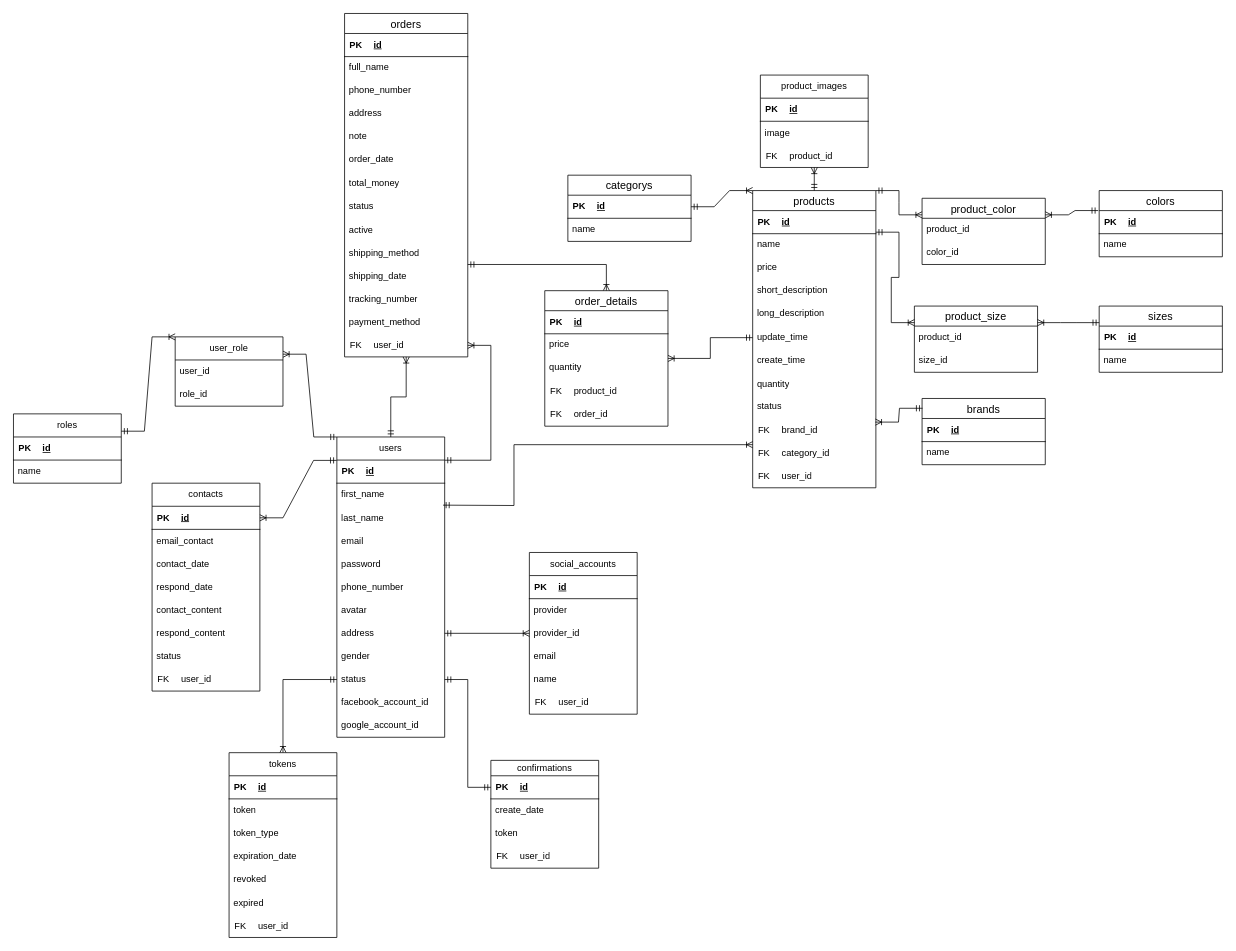
The draw.io diagram shop-online/Biểu đồ không có tiêu đề.drawio in Dangnhhe161726/shop-online, before the edit. Source tidied: cells renumbered, new cells numbered last; positions are measured from the earlier drawing's top-left corner, leaving out a move shared by most shapes. Both pictures are drawn from the tidied source at 77%, with x=0, y=0 at pixel (13, -183).
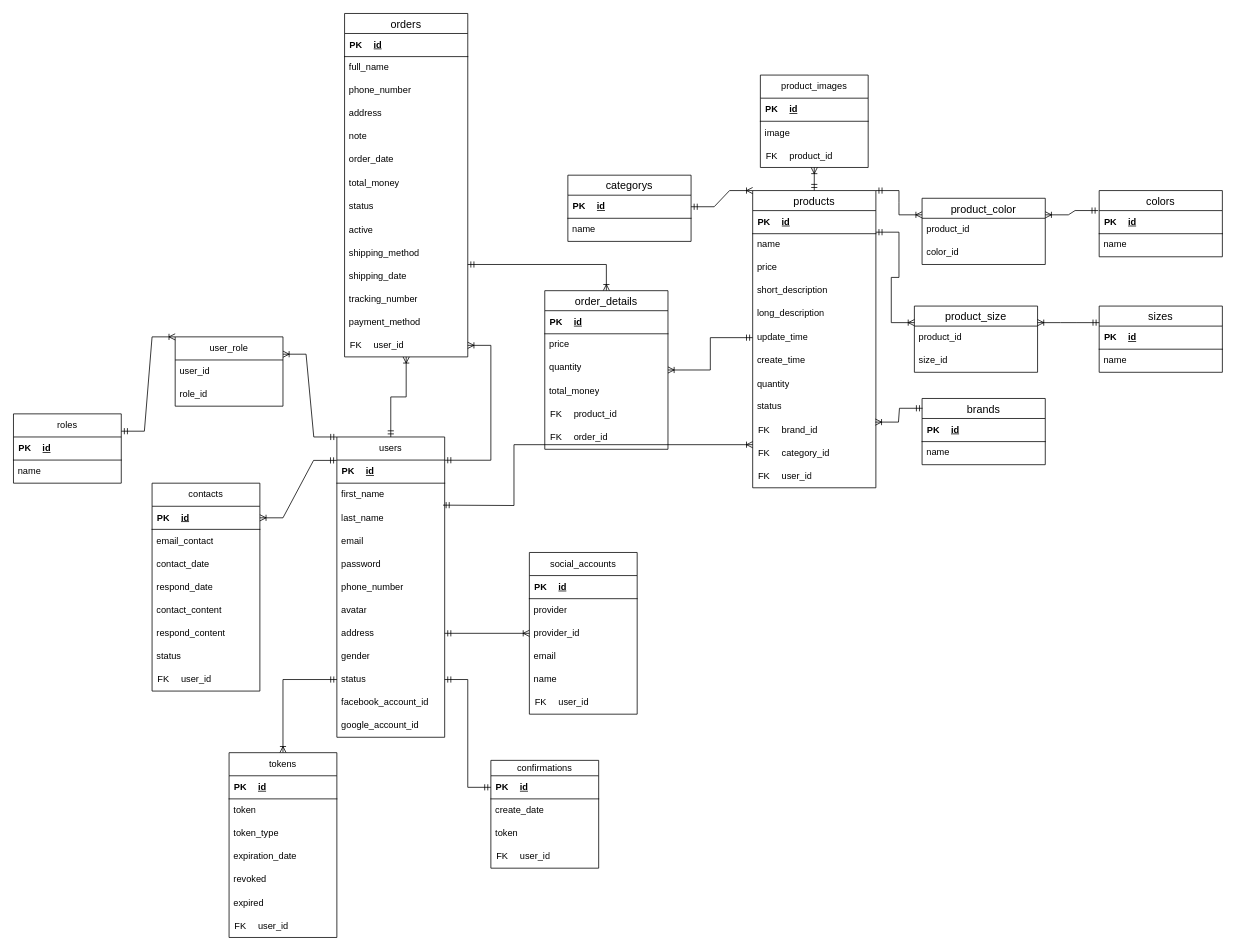
Above is the later version.

Commit message:
fix table order_details

Change to the diagram source:
```diff
@@
     <mxCell id="128" value="order_details" style="swimlane;fontStyle=0;horizontal=1;startSize=26;align=center;fontSize=14;" parent="1" vertex="1">
-      <mxGeometry x="690" y="615" width="160" height="176" as="geometry" />
+      <mxGeometry x="690" y="615" width="160" height="206" as="geometry" />
     </mxCell>
@@
+    <mxCell id="197" value="total_money" style="text;strokeColor=none;fillColor=none;align=left;verticalAlign=middle;spacingLeft=4;spacingRight=4;overflow=hidden;whiteSpace=wrap;html=1;" parent="128" vertex="1">
+      <mxGeometry y="116" width="160" height="30" as="geometry" />
+    </mxCell>
     <mxCell id="135" style="shape=table;startSize=0;childLayout=tableLayout;rowLines=0;fontStyle=0;align=center;strokeColor=none;fillColor=none;" parent="128" vertex="1">
-      <mxGeometry y="116" width="160" height="30" as="geometry" />
+      <mxGeometry y="146" width="160" height="30" as="geometry" />
     </mxCell>
@@
     <mxCell id="139" style="shape=table;startSize=0;childLayout=tableLayout;rowLines=0;fontStyle=0;align=center;strokeColor=none;fillColor=none;" parent="128" vertex="1">
-      <mxGeometry y="146" width="160" height="30" as="geometry" />
+      <mxGeometry y="176" width="160" height="30" as="geometry" />
     </mxCell>
```
